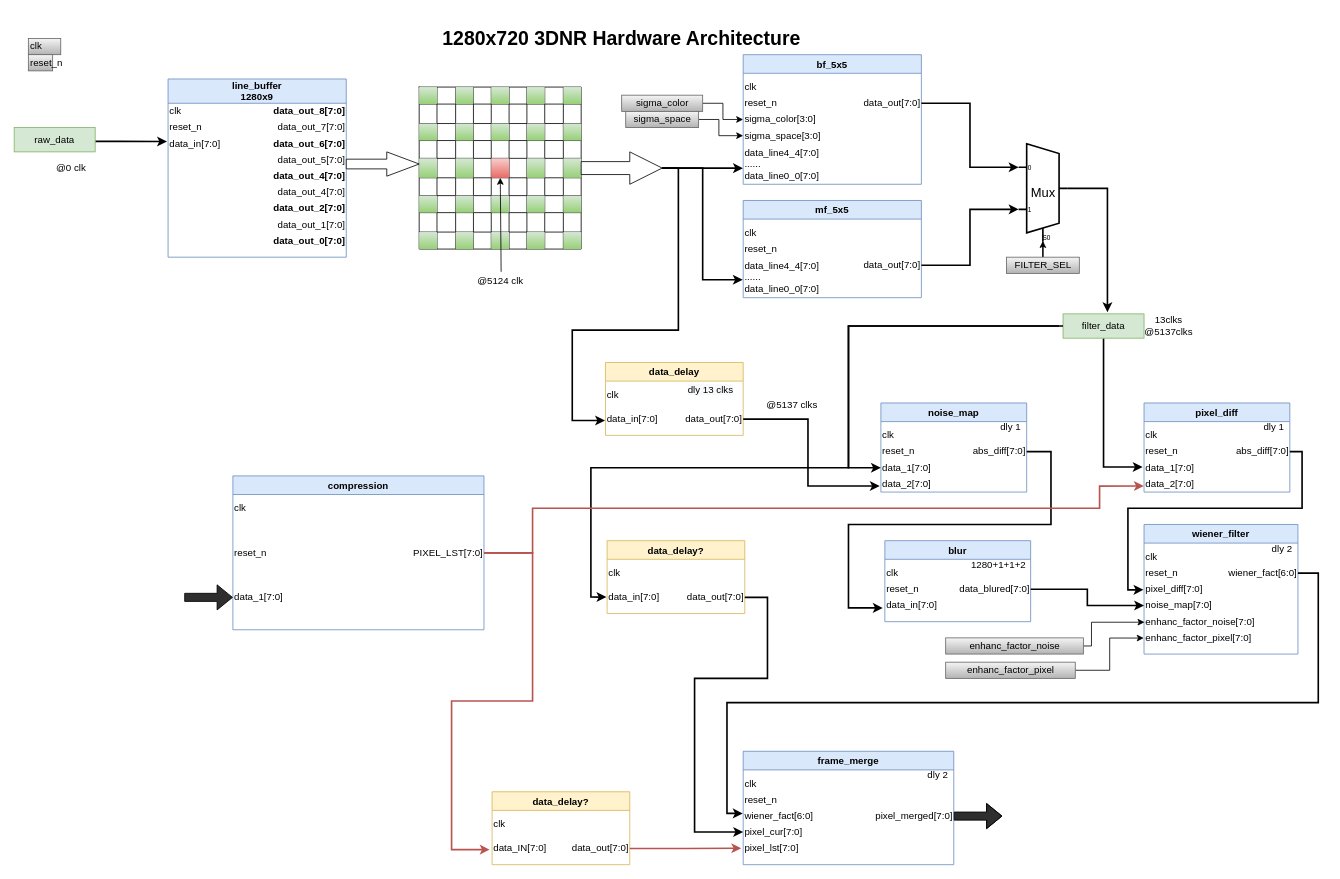
Above: page "ModulePartation" (2 of 2) of 3DNR/3DNR_hardware.drawio in sustcsugar/draw.io (draw.io), before the change. Source tidied: cells renumbered, new cells numbered last; positions are measured from the earlier drawing's top-left corner, leaving out a move shared by most shapes. Both pictures are drawn from the tidied source at 81%, with x=0, y=0 at pixel (14, 22).
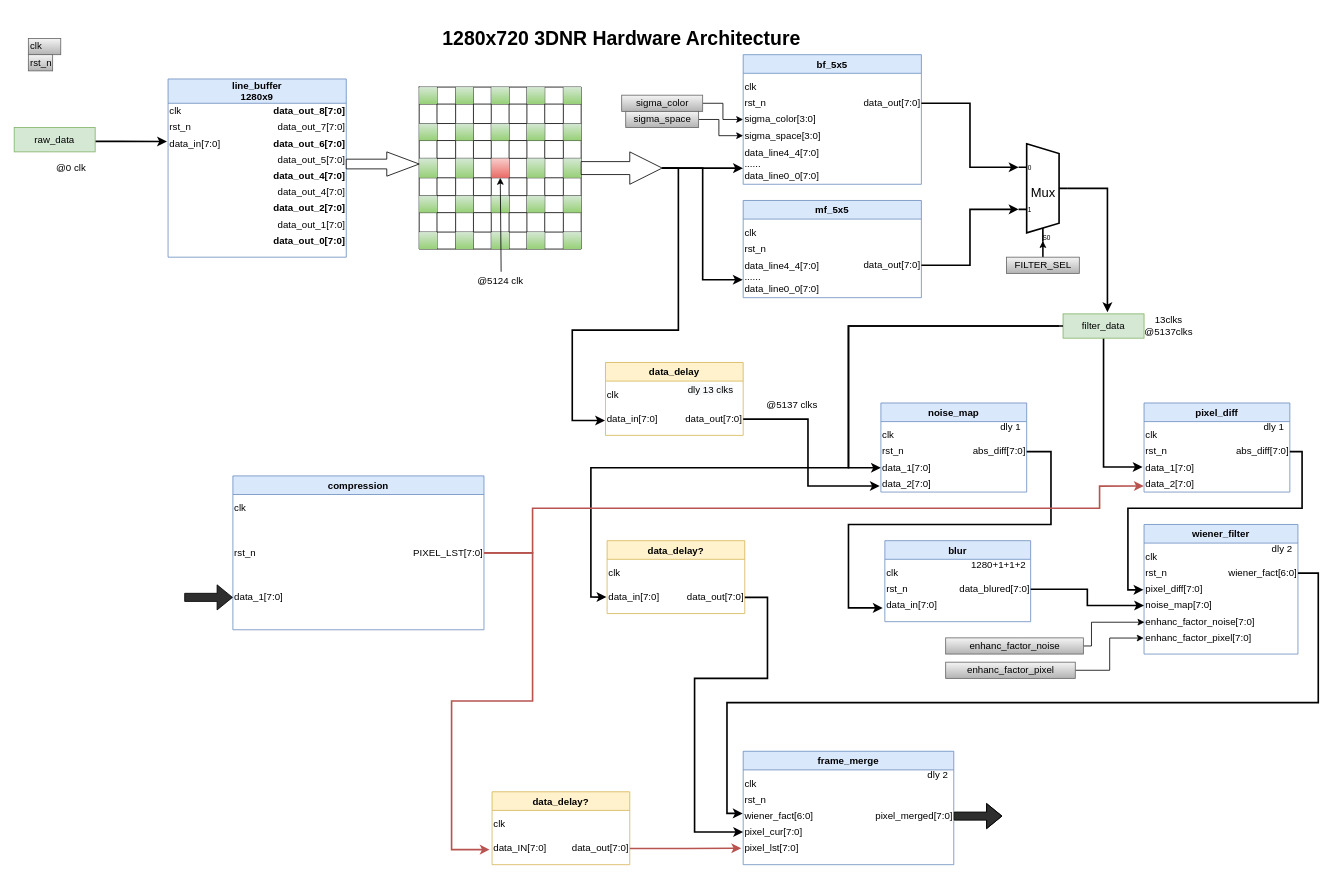
After the change.

Unchanged cells that the change refers to:
```xml
<mxCell id="2" value="bf_5x5" style="swimlane;fillColor=#dae8fc;strokeColor=#6c8ebf;startSize=23;" parent="1" vertex="1">
  <mxGeometry x="900" y="40" width="220" height="160" as="geometry" />
</mxCell>
<mxCell id="9" value="mf_5x5" style="swimlane;fillColor=#dae8fc;strokeColor=#6c8ebf;" parent="1" vertex="1">
  <mxGeometry x="900" y="220" width="220" height="120" as="geometry" />
</mxCell>
<mxCell id="27" value="noise_map" style="swimlane;align=center;fillColor=#dae8fc;strokeColor=#6c8ebf;" parent="1" vertex="1">
  <mxGeometry x="1070" y="470" width="180" height="110" as="geometry" />
</mxCell>
<mxCell id="34" value="pixel_diff" style="swimlane;align=center;fillColor=#dae8fc;strokeColor=#6c8ebf;flipH=0;flipV=0;" parent="1" vertex="1">
  <mxGeometry x="1394.9" y="470" width="180" height="110" as="geometry" />
</mxCell>
<mxCell id="41" value="wiener_filter" style="swimlane;fillColor=#dae8fc;strokeColor=#6c8ebf;" parent="1" vertex="1">
  <mxGeometry x="1394.9" y="620" width="190" height="160" as="geometry" />
</mxCell>
<mxCell id="50" value="blur" style="swimlane;fillColor=#dae8fc;strokeColor=#6c8ebf;startSize=23;" parent="1" vertex="1">
  <mxGeometry x="1074.9" y="640" width="180" height="100" as="geometry" />
</mxCell>
<mxCell id="56" value="line_buffer&#10;1280x9" style="swimlane;fillColor=#dae8fc;strokeColor=#6c8ebf;startSize=30;direction=east;" parent="1" vertex="1">
  <mxGeometry x="190" y="70" width="220" height="220" as="geometry" />
</mxCell>
<mxCell id="183" value="compression" style="swimlane;align=center;fillColor=#dae8fc;strokeColor=#6c8ebf;startSize=23;" parent="1" vertex="1">
  <mxGeometry x="270" y="560" width="310" height="190" as="geometry" />
</mxCell>
<mxCell id="188" value="frame_merge" style="swimlane;fillColor=#dae8fc;strokeColor=#6c8ebf;" parent="1" vertex="1">
  <mxGeometry x="900" y="900" width="260" height="140" as="geometry" />
</mxCell>
```

What changed in the source:
```diff
@@
-    <mxCell id="4" value="reset_n" style="text;html=1;align=left;verticalAlign=middle;strokeColor=none;fillColor=none;" parent="2" vertex="1">
+    <mxCell id="4" value="rst_n" style="text;html=1;align=left;verticalAlign=middle;strokeColor=none;fillColor=none;" parent="2" vertex="1">
       <mxGeometry y="50" width="30" height="20" as="geometry" />
     </mxCell>
@@
-    <mxCell id="11" value="reset_n" style="text;html=1;align=left;verticalAlign=middle;strokeColor=none;fillColor=none;" parent="9" vertex="1">
+    <mxCell id="11" value="rst_n" style="text;html=1;align=left;verticalAlign=middle;strokeColor=none;fillColor=none;" parent="9" vertex="1">
       <mxGeometry y="50" width="30" height="20" as="geometry" />
     </mxCell>
@@
-    <mxCell id="24" value="reset_n" style="text;html=1;align=left;verticalAlign=middle;strokeColor=#666666;fillColor=#f5f5f5;gradientColor=#b3b3b3;" parent="1" vertex="1">
+    <mxCell id="24" value="rst_n" style="text;html=1;align=left;verticalAlign=middle;strokeColor=#666666;fillColor=#f5f5f5;gradientColor=#b3b3b3;" parent="1" vertex="1">
       <mxGeometry x="17.5" y="40" width="30" height="20" as="geometry" />
     </mxCell>
@@
-    <mxCell id="29" value="reset_n" style="text;html=1;align=left;verticalAlign=middle;strokeColor=none;fillColor=none;" parent="27" vertex="1">
+    <mxCell id="29" value="rst_n" style="text;html=1;align=left;verticalAlign=middle;strokeColor=none;fillColor=none;" parent="27" vertex="1">
       <mxGeometry y="50" width="30" height="20" as="geometry" />
     </mxCell>
@@
-    <mxCell id="36" value="reset_n" style="text;html=1;align=left;verticalAlign=middle;strokeColor=none;fillColor=none;flipH=0;" parent="34" vertex="1">
+    <mxCell id="36" value="rst_n" style="text;html=1;align=left;verticalAlign=middle;strokeColor=none;fillColor=none;flipH=0;" parent="34" vertex="1">
       <mxGeometry y="50" width="30" height="20" as="geometry" />
     </mxCell>
@@
-    <mxCell id="43" value="reset_n" style="text;html=1;align=left;verticalAlign=middle;strokeColor=none;fillColor=none;" parent="41" vertex="1">
+    <mxCell id="43" value="rst_n" style="text;html=1;align=left;verticalAlign=middle;strokeColor=none;fillColor=none;" parent="41" vertex="1">
       <mxGeometry y="50" width="30" height="20" as="geometry" />
     </mxCell>
@@
-    <mxCell id="52" value="reset_n" style="text;html=1;align=left;verticalAlign=middle;strokeColor=none;fillColor=none;" parent="50" vertex="1">
+    <mxCell id="52" value="rst_n" style="text;html=1;align=left;verticalAlign=middle;strokeColor=none;fillColor=none;" parent="50" vertex="1">
       <mxGeometry y="50" width="30" height="20" as="geometry" />
     </mxCell>
@@
-    <mxCell id="58" value="reset_n" style="text;html=1;align=left;verticalAlign=middle;strokeColor=none;fillColor=none;" parent="56" vertex="1">
+    <mxCell id="58" value="rst_n" style="text;html=1;align=left;verticalAlign=middle;strokeColor=none;fillColor=none;" parent="56" vertex="1">
       <mxGeometry y="50" width="60" height="20" as="geometry" />
     </mxCell>
@@
-    <mxCell id="185" value="reset_n" style="text;html=1;align=left;verticalAlign=middle;strokeColor=none;fillColor=none;" parent="183" vertex="1">
+    <mxCell id="185" value="rst_n" style="text;html=1;align=left;verticalAlign=middle;strokeColor=none;fillColor=none;" parent="183" vertex="1">
       <mxGeometry y="85" width="30" height="20" as="geometry" />
     </mxCell>
@@
-    <mxCell id="190" value="reset_n" style="text;html=1;align=left;verticalAlign=middle;strokeColor=none;fillColor=none;" parent="188" vertex="1">
+    <mxCell id="190" value="rst_n" style="text;html=1;align=left;verticalAlign=middle;strokeColor=none;fillColor=none;" parent="188" vertex="1">
       <mxGeometry y="50" width="30" height="20" as="geometry" />
     </mxCell>
```
